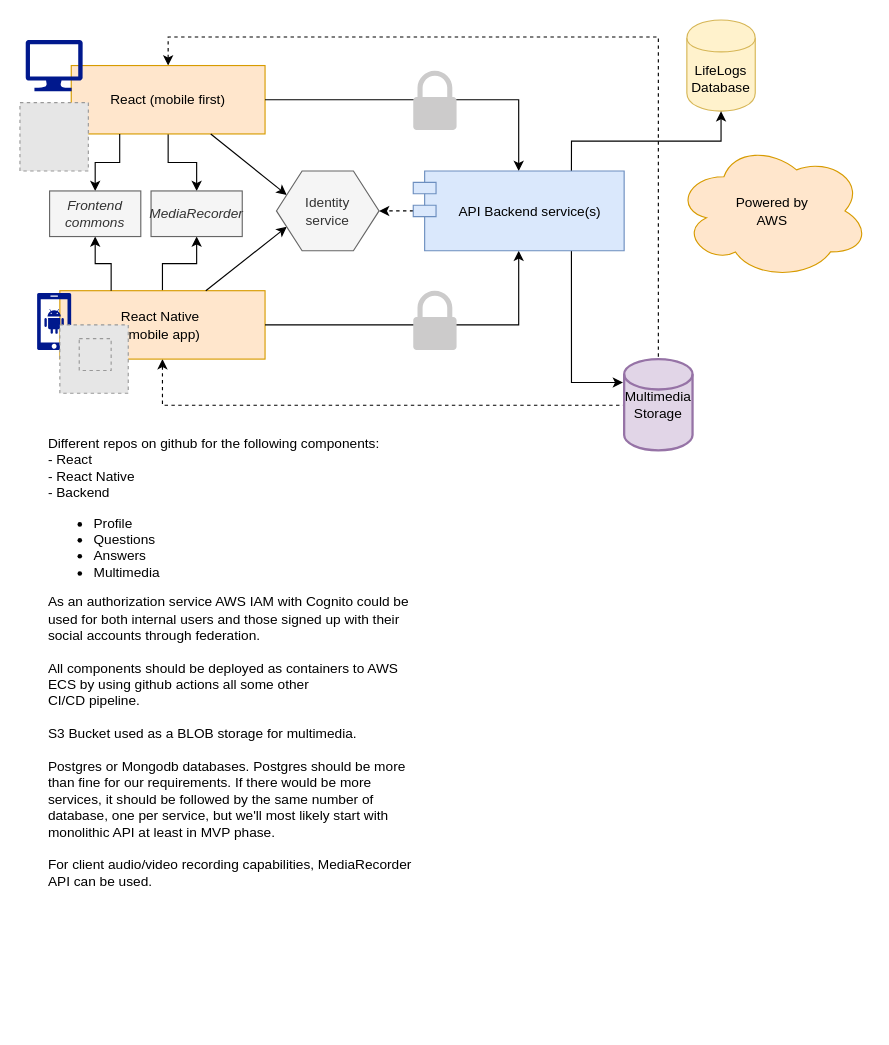
gmarkoss/life-logs-poc keeps this draw.io diagram as Life Logs Overview.drawio. Above is the earlier version. Source tidied: cells renumbered, new cells numbered last; positions are measured from the earlier drawing's top-left corner, leaving out a move shared by most shapes. Both pictures are drawn from the tidied source at 114%, with x=0, y=0 at pixel (19, 19). Pictures stored in the file or linked from it are replaced by grey dashed boxes.
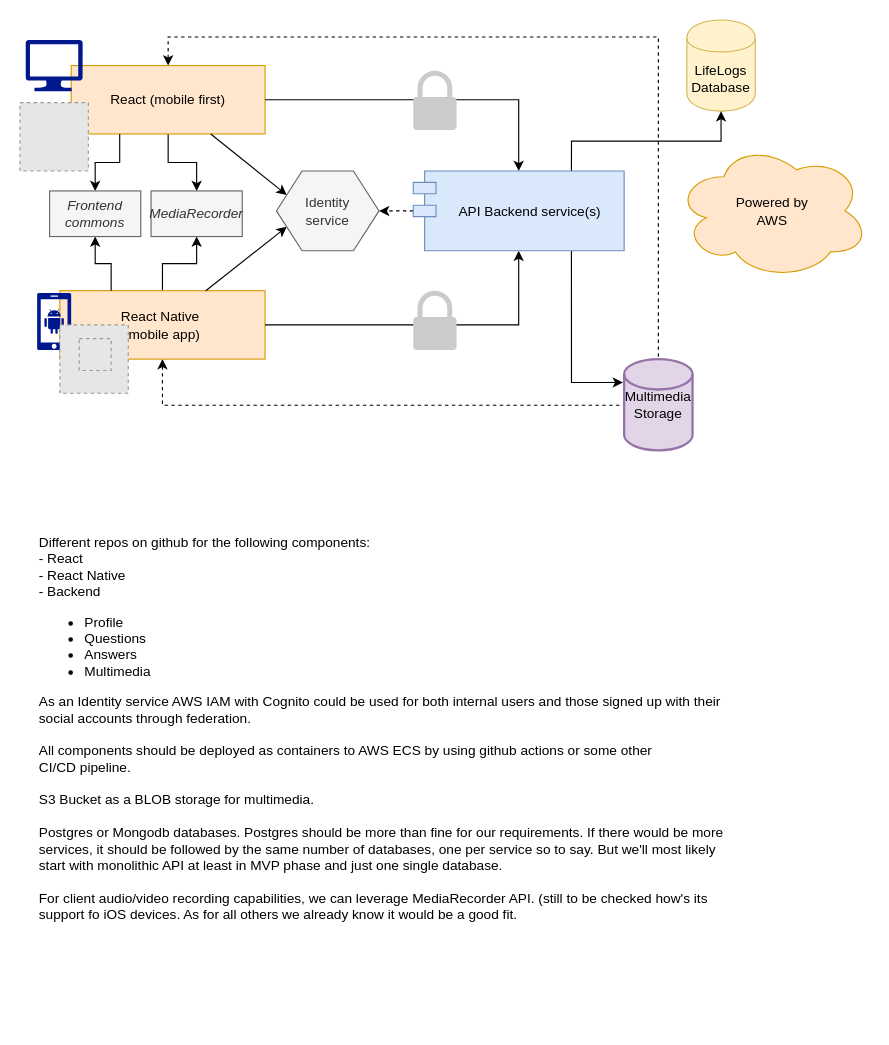
The same page after the edit.

Diff of the diagram source:
```diff
@@
-    <mxCell id="26" value="Different repos on github for the following components:&lt;br&gt;- React&lt;br&gt;- React Native&lt;br&gt;- Backend&lt;br&gt;&lt;ul&gt;&lt;li&gt;Profile&lt;/li&gt;&lt;li&gt;Questions&lt;/li&gt;&lt;li&gt;Answers&lt;/li&gt;&lt;li&gt;Multimedia&lt;/li&gt;&lt;/ul&gt;&lt;div&gt;As an authorization service AWS IAM with Cognito could be used for both internal users and those signed up with their social accounts through federation.&lt;br&gt;&lt;br&gt;&lt;/div&gt;&lt;div&gt;All components should be deployed as containers to AWS ECS by using github actions all some other&amp;nbsp;&lt;/div&gt;CI/CD pipeline&lt;span&gt;.&lt;/span&gt;&lt;br&gt;&lt;div&gt;&lt;br&gt;S3 Bucket used as a BLOB storage for multimedia.&lt;br&gt;&lt;br&gt;Postgres or Mongodb databases. Postgres should be more than fine for our requirements. If there would be more services, it should be followed by the same number of database, one per service, but we'll most likely start with monolithic API at least in MVP phase.&lt;/div&gt;&lt;div&gt;&lt;br&gt;&lt;/div&gt;&lt;div&gt;For client audio/video recording capabilities, MediaRecorder API can be used.&lt;br&gt;&lt;br&gt;&lt;br&gt;&lt;/div&gt;" style="text;html=1;strokeColor=none;fillColor=none;align=left;verticalAlign=top;whiteSpace=wrap;rounded=0;horizontal=1;" parent="1" vertex="1">
-      <mxGeometry x="23" y="357.5" width="322" height="397.5" as="geometry" />
+    <mxCell id="26" value="Different repos on github for the following components:&lt;br&gt;- React&lt;br&gt;- React Native&lt;br&gt;- Backend&lt;br&gt;&lt;ul&gt;&lt;li&gt;Profile&lt;/li&gt;&lt;li&gt;Questions&lt;/li&gt;&lt;li&gt;Answers&lt;/li&gt;&lt;li&gt;Multimedia&lt;/li&gt;&lt;/ul&gt;&lt;div&gt;As an Identity service AWS IAM with Cognito could be used for both internal users and those signed up with their social accounts through federation.&lt;br&gt;&lt;br&gt;&lt;/div&gt;&lt;div&gt;All components should be deployed as containers to AWS ECS by using github actions or some other&amp;nbsp;&lt;/div&gt;CI/CD pipeline&lt;span&gt;.&lt;/span&gt;&lt;br&gt;&lt;div&gt;&lt;br&gt;S3 Bucket as a BLOB storage for multimedia.&lt;br&gt;&lt;br&gt;Postgres or Mongodb databases. Postgres should be more than fine for our requirements. If there would be more services, it should be followed by the same number of databases, one per service so to say. But we'll most likely start with monolithic API at least in MVP phase and just one single database.&lt;/div&gt;&lt;div&gt;&lt;br&gt;&lt;/div&gt;&lt;div&gt;For client audio/video recording capabilities, we can leverage MediaRecorder API. (still to be checked how's its support fo iOS devices. As for all others we already know it would be a good fit.&lt;br&gt;&lt;br&gt;&lt;br&gt;&lt;/div&gt;" style="text;html=1;strokeColor=none;fillColor=none;align=left;verticalAlign=top;whiteSpace=wrap;rounded=0;horizontal=1;" parent="1" vertex="1">
+      <mxGeometry x="15" y="445" width="609" height="437.5" as="geometry" />
     </mxCell>
```
